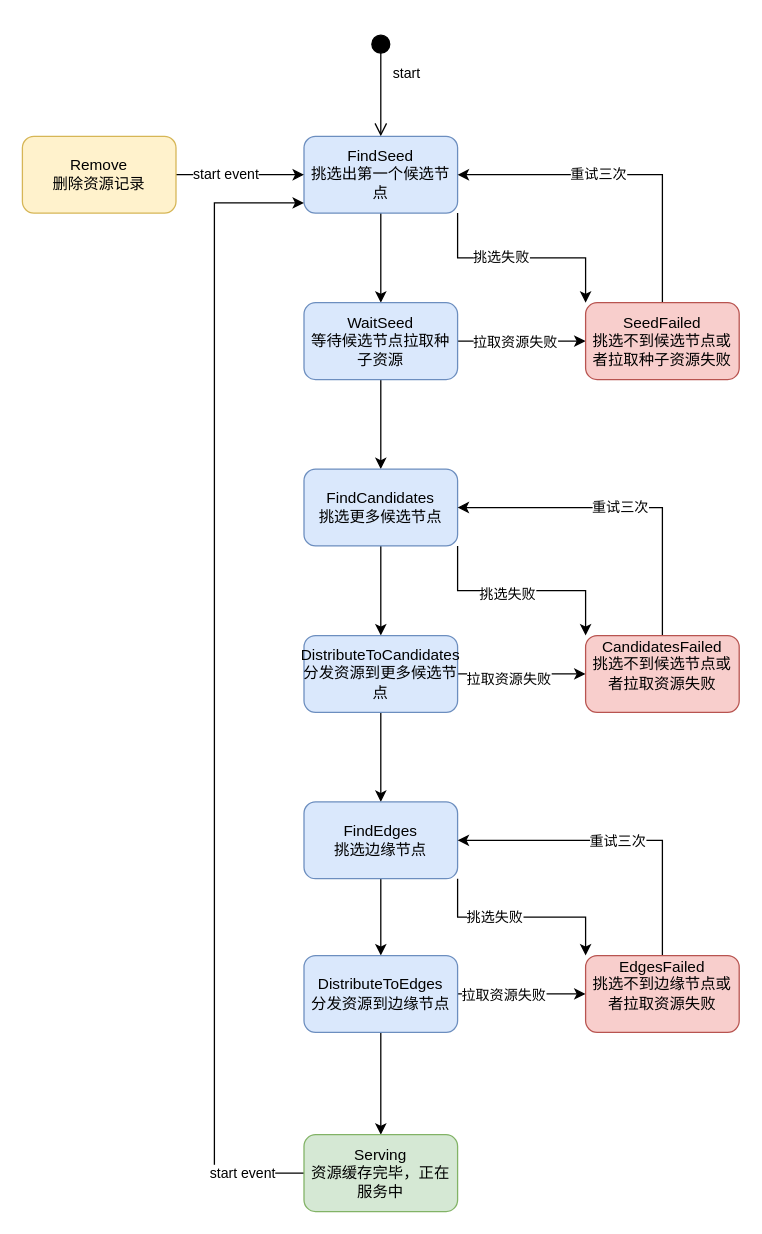
Before: cache/未命名绘图.drawio in LMF709268224/titan-drawings, a draw.io diagram. Source tidied: cells renumbered, new cells numbered last; positions are measured from the earlier drawing's top-left corner, leaving out a move shared by most shapes. Both pictures are drawn from the tidied source at 128%, with x=0, y=0 at pixel (22, 33).
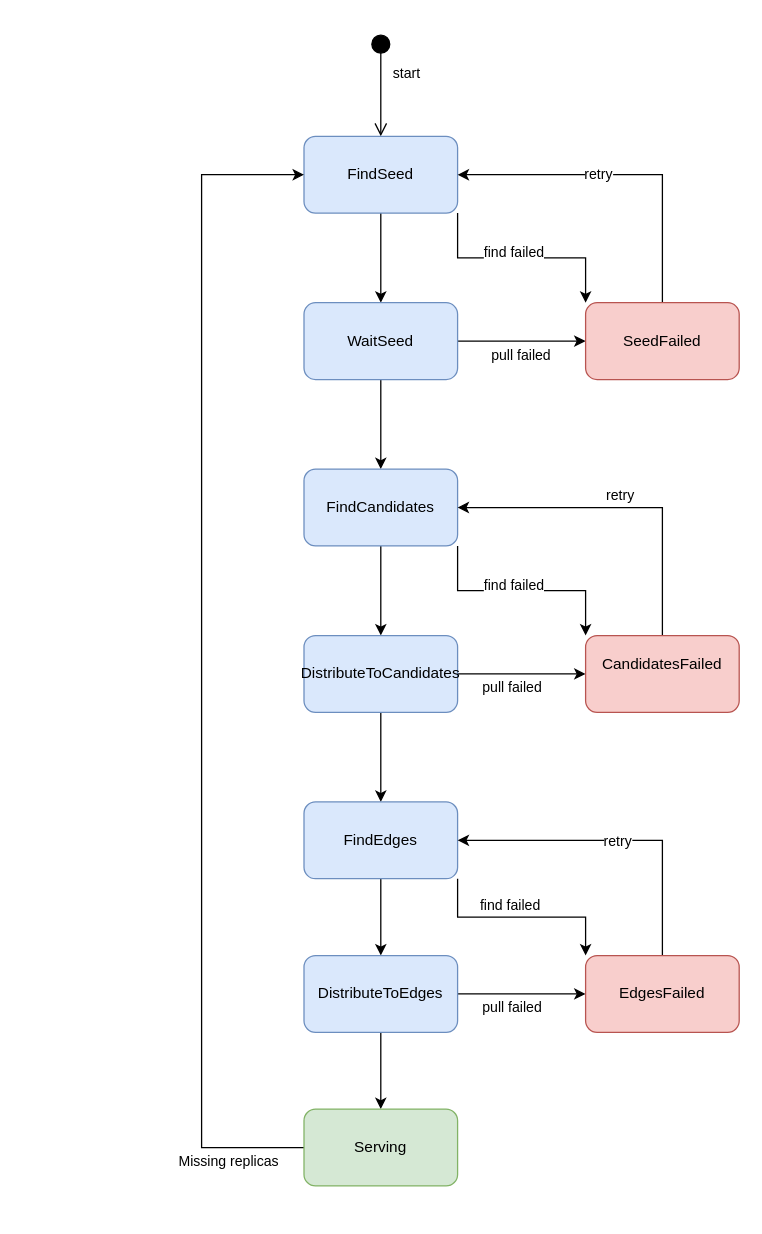
The same page after the edit.

Commit message (it also covers changes not shown here):
更新未命名绘图.drawio

Unchanged cells that the change refers to:
```xml
<mxCell id="4" style="edgeStyle=orthogonalEdgeStyle;rounded=0;jettySize=auto;html=1;exitX=1;exitY=1;exitDx=0;exitDy=0;entryX=0;entryY=0;entryDx=0;entryDy=0;" parent="1" edge="1" source="6" target="17">
  <mxGeometry relative="1" as="geometry" />
</mxCell>
<mxCell id="7" style="edgeStyle=orthogonalEdgeStyle;rounded=0;jettySize=auto;html=1;" parent="1" edge="1" source="10" target="17">
  <mxGeometry relative="1" as="geometry" />
</mxCell>
<mxCell id="12" style="edgeStyle=orthogonalEdgeStyle;rounded=0;jettySize=auto;html=1;exitX=1;exitY=1;exitDx=0;exitDy=0;entryX=0;entryY=0;entryDx=0;entryDy=0;" parent="1" edge="1" source="14" target="35">
  <mxGeometry relative="1" as="geometry" />
</mxCell>
<mxCell id="15" style="edgeStyle=orthogonalEdgeStyle;rounded=0;jettySize=auto;html=1;exitX=0.5;exitY=0;exitDx=0;exitDy=0;entryX=1;entryY=0.5;entryDx=0;entryDy=0;" parent="1" edge="1" source="17" target="6">
  <mxGeometry relative="1" as="geometry" />
</mxCell>
<mxCell id="19" style="edgeStyle=orthogonalEdgeStyle;rounded=0;jettySize=auto;html=1;exitX=1;exitY=0.5;exitDx=0;exitDy=0;entryX=0;entryY=0.5;entryDx=0;entryDy=0;" parent="1" edge="1" source="21" target="35">
  <mxGeometry relative="1" as="geometry" />
</mxCell>
<mxCell id="23" style="edgeStyle=orthogonalEdgeStyle;rounded=0;jettySize=auto;html=1;exitX=1;exitY=1;exitDx=0;exitDy=0;entryX=0;entryY=0;entryDx=0;entryDy=0;" parent="1" edge="1" source="25" target="32">
  <mxGeometry relative="1" as="geometry" />
</mxCell>
<mxCell id="27" style="edgeStyle=orthogonalEdgeStyle;rounded=0;jettySize=auto;html=1;" parent="1" edge="1" source="29" target="32">
  <mxGeometry relative="1" as="geometry" />
</mxCell>
<mxCell id="30" style="edgeStyle=orthogonalEdgeStyle;rounded=0;jettySize=auto;html=1;exitX=0.5;exitY=0;exitDx=0;exitDy=0;entryX=1;entryY=0.5;entryDx=0;entryDy=0;" parent="1" edge="1" source="32" target="25">
  <mxGeometry relative="1" as="geometry" />
</mxCell>
<mxCell id="33" style="edgeStyle=orthogonalEdgeStyle;rounded=0;jettySize=auto;html=1;exitX=0.5;exitY=0;exitDx=0;exitDy=0;entryX=1;entryY=0.5;entryDx=0;entryDy=0;" parent="1" edge="1" source="35" target="14">
  <mxGeometry relative="1" as="geometry" />
</mxCell>
```

Diff of the diagram source:
```diff
@@
-    <mxCell id="5" value="挑选失败" style="edgeLabel;html=1;align=center;verticalAlign=middle;" parent="4" vertex="1">
-      <mxGeometry x="-0.2" y="1" relative="1" as="geometry" />
+    <mxCell id="5" value="find failed" style="edgeLabel;html=1;align=center;verticalAlign=middle;" parent="4" vertex="1">
+      <mxGeometry x="-0.2" y="1" relative="1" as="geometry">
+        <mxPoint x="10" y="-4" as="offset" />
+      </mxGeometry>
     </mxCell>
-    <mxCell id="6" value="FindSeed&lt;br style=&quot;border-color: var(--border-color);&quot;&gt;挑选出第一个候选节点" style="rounded=1;whiteSpace=wrap;html=1;fillColor=#dae8fc;strokeColor=#6c8ebf;" parent="1" vertex="1">
+    <mxCell id="6" value="FindSeed&lt;br style=&quot;border-color: var(--border-color);&quot;&gt;" style="rounded=1;whiteSpace=wrap;html=1;fillColor=#dae8fc;strokeColor=#6c8ebf;" parent="1" vertex="1">
       <mxGeometry x="220" y="80" width="120" height="60" as="geometry" />
     </mxCell>
@@
-    <mxCell id="8" value="拉取资源失败" style="edgeLabel;html=1;align=center;verticalAlign=middle;" parent="7" vertex="1">
+    <mxCell id="8" value="pull failed&amp;nbsp;" style="edgeLabel;html=1;align=center;verticalAlign=middle;" parent="7" vertex="1">
       <mxGeometry x="-0.27" y="-1" relative="1" as="geometry">
-        <mxPoint x="7" y="-1" as="offset" />
+        <mxPoint x="13" y="9" as="offset" />
       </mxGeometry>
     </mxCell>
@@
-    <mxCell id="10" value="WaitSeed&lt;br style=&quot;border-color: var(--border-color);&quot;&gt;等待候选节点拉取种子资源" style="rounded=1;whiteSpace=wrap;html=1;fillColor=#dae8fc;strokeColor=#6c8ebf;" parent="1" vertex="1">
+    <mxCell id="10" value="WaitSeed&lt;br style=&quot;border-color: var(--border-color);&quot;&gt;" style="rounded=1;whiteSpace=wrap;html=1;fillColor=#dae8fc;strokeColor=#6c8ebf;" parent="1" vertex="1">
       <mxGeometry x="220" y="210" width="120" height="60" as="geometry" />
     </mxCell>
@@
-    <mxCell id="13" value="挑选失败" style="edgeLabel;html=1;align=center;verticalAlign=middle;" parent="12" vertex="1">
-      <mxGeometry x="-0.14" y="-2" relative="1" as="geometry" />
+    <mxCell id="13" value="find failed" style="edgeLabel;html=1;align=center;verticalAlign=middle;" parent="12" vertex="1">
+      <mxGeometry x="-0.14" y="-2" relative="1" as="geometry">
+        <mxPoint x="5" y="-7" as="offset" />
+      </mxGeometry>
     </mxCell>
-    <mxCell id="14" value="FindCandidates&lt;br style=&quot;border-color: var(--border-color);&quot;&gt;挑选更多候选节点" style="rounded=1;whiteSpace=wrap;html=1;fillColor=#dae8fc;strokeColor=#6c8ebf;" parent="1" vertex="1">
+    <mxCell id="14" value="FindCandidates&lt;br style=&quot;border-color: var(--border-color);&quot;&gt;" style="rounded=1;whiteSpace=wrap;html=1;fillColor=#dae8fc;strokeColor=#6c8ebf;" parent="1" vertex="1">
       <mxGeometry x="220" y="340" width="120" height="60" as="geometry" />
     </mxCell>
@@
-    <mxCell id="16" value="重试三次" style="edgeLabel;html=1;align=center;verticalAlign=middle;" parent="15" vertex="1">
+    <mxCell id="16" value="retry" style="edgeLabel;html=1;align=center;verticalAlign=middle;" parent="15" vertex="1">
       <mxGeometry x="0.16" y="-1" relative="1" as="geometry" />
     </mxCell>
-    <mxCell id="17" value="SeedFailed&lt;br style=&quot;border-color: var(--border-color);&quot;&gt;挑选不到候选节点或者拉取种子资源失败" style="rounded=1;whiteSpace=wrap;html=1;fillColor=#f8cecc;strokeColor=#b85450;" parent="1" vertex="1">
+    <mxCell id="17" value="SeedFailed&lt;br style=&quot;border-color: var(--border-color);&quot;&gt;" style="rounded=1;whiteSpace=wrap;html=1;fillColor=#f8cecc;strokeColor=#b85450;" parent="1" vertex="1">
       <mxGeometry x="440" y="210" width="120" height="60" as="geometry" />
     </mxCell>
@@
-    <mxCell id="20" value="拉取资源失败" style="edgeLabel;html=1;align=center;verticalAlign=middle;" parent="19" vertex="1">
-      <mxGeometry x="-0.22" y="-3" relative="1" as="geometry" />
+    <mxCell id="20" value="pull failed&amp;nbsp;" style="edgeLabel;html=1;align=center;verticalAlign=middle;" parent="19" vertex="1">
+      <mxGeometry x="-0.22" y="-3" relative="1" as="geometry">
+        <mxPoint x="4" y="7" as="offset" />
+      </mxGeometry>
     </mxCell>
-    <mxCell id="21" value="DistributeToCandidates&lt;br style=&quot;border-color: var(--border-color);&quot;&gt;分发资源到更多候选节点" style="rounded=1;whiteSpace=wrap;html=1;fillColor=#dae8fc;strokeColor=#6c8ebf;" parent="1" vertex="1">
+    <mxCell id="21" value="DistributeToCandidates&lt;br style=&quot;border-color: var(--border-color);&quot;&gt;" style="rounded=1;whiteSpace=wrap;html=1;fillColor=#dae8fc;strokeColor=#6c8ebf;" parent="1" vertex="1">
       <mxGeometry x="220" y="470" width="120" height="60" as="geometry" />
     </mxCell>
@@
-    <mxCell id="24" value="挑选失败" style="edgeLabel;html=1;align=center;verticalAlign=middle;" parent="23" vertex="1">
-      <mxGeometry x="-0.28" y="1" relative="1" as="geometry" />
+    <mxCell id="24" value="find failed" style="edgeLabel;html=1;align=center;verticalAlign=middle;" parent="23" vertex="1">
+      <mxGeometry x="-0.28" y="1" relative="1" as="geometry">
+        <mxPoint x="12" y="-9" as="offset" />
+      </mxGeometry>
     </mxCell>
-    <mxCell id="25" value="FindEdges&lt;br style=&quot;border-color: var(--border-color);&quot;&gt;挑选边缘节点" style="rounded=1;whiteSpace=wrap;html=1;fillColor=#dae8fc;strokeColor=#6c8ebf;" parent="1" vertex="1">
+    <mxCell id="25" value="FindEdges" style="rounded=1;whiteSpace=wrap;html=1;fillColor=#dae8fc;strokeColor=#6c8ebf;" parent="1" vertex="1">
       <mxGeometry x="220" y="600" width="120" height="60" as="geometry" />
     </mxCell>
@@
-    <mxCell id="28" value="拉取资源失败" style="edgeLabel;html=1;align=center;verticalAlign=middle;" parent="27" vertex="1">
-      <mxGeometry x="-0.3" relative="1" as="geometry" />
+    <mxCell id="28" value="pull failed&amp;nbsp;" style="edgeLabel;html=1;align=center;verticalAlign=middle;" parent="27" vertex="1">
+      <mxGeometry x="-0.3" relative="1" as="geometry">
+        <mxPoint x="8" y="10" as="offset" />
+      </mxGeometry>
     </mxCell>
-    <mxCell id="29" value="DistributeToEdges&lt;br style=&quot;border-color: var(--border-color);&quot;&gt;分发资源到边缘节点" style="rounded=1;whiteSpace=wrap;html=1;fillColor=#dae8fc;strokeColor=#6c8ebf;" parent="1" vertex="1">
+    <mxCell id="29" value="DistributeToEdges" style="rounded=1;whiteSpace=wrap;html=1;fillColor=#dae8fc;strokeColor=#6c8ebf;" parent="1" vertex="1">
       <mxGeometry x="220" y="720" width="120" height="60" as="geometry" />
     </mxCell>
@@
-    <mxCell id="31" value="重试三次" style="edgeLabel;html=1;align=center;verticalAlign=middle;" parent="30" vertex="1">
+    <mxCell id="31" value="retry" style="edgeLabel;html=1;align=center;verticalAlign=middle;" parent="30" vertex="1">
       <mxGeometry x="0.01" relative="1" as="geometry" />
     </mxCell>
-    <mxCell id="32" value="EdgesFailed&lt;br style=&quot;border-color: var(--border-color);&quot;&gt;&lt;div style=&quot;border-color: var(--border-color);&quot;&gt;挑选不到边缘节点或者拉取资源失败&lt;/div&gt;&lt;div style=&quot;border-color: var(--border-color);&quot;&gt;&lt;br style=&quot;border-color: var(--border-color);&quot;&gt;&lt;/div&gt;" style="rounded=1;whiteSpace=wrap;html=1;fillColor=#f8cecc;strokeColor=#b85450;" parent="1" vertex="1">
+    <mxCell id="32" value="EdgesFailed" style="rounded=1;whiteSpace=wrap;html=1;fillColor=#f8cecc;strokeColor=#b85450;" parent="1" vertex="1">
       <mxGeometry x="440" y="720" width="120" height="60" as="geometry" />
     </mxCell>
@@
-    <mxCell id="34" value="重试三次" style="edgeLabel;html=1;align=center;verticalAlign=middle;" parent="33" vertex="1">
-      <mxGeometry x="0.03" y="-1" relative="1" as="geometry" />
+    <mxCell id="34" value="retry" style="edgeLabel;html=1;align=center;verticalAlign=middle;" parent="33" vertex="1">
+      <mxGeometry x="0.03" y="-1" relative="1" as="geometry">
+        <mxPoint y="-9" as="offset" />
+      </mxGeometry>
     </mxCell>
-    <mxCell id="35" value="CandidatesFailed&lt;br style=&quot;border-color: var(--border-color);&quot;&gt;&lt;div style=&quot;border-color: var(--border-color);&quot;&gt;挑选不到候选节点或者拉取资源失败&lt;/div&gt;&lt;div style=&quot;border-color: var(--border-color);&quot;&gt;&lt;br style=&quot;border-color: var(--border-color);&quot;&gt;&lt;/div&gt;" style="rounded=1;whiteSpace=wrap;html=1;fillColor=#f8cecc;strokeColor=#b85450;" parent="1" vertex="1">
+    <mxCell id="35" value="CandidatesFailed&lt;br&gt;&lt;div style=&quot;border-color: var(--border-color);&quot;&gt;&lt;br style=&quot;border-color: var(--border-color);&quot;&gt;&lt;/div&gt;" style="rounded=1;whiteSpace=wrap;html=1;fillColor=#f8cecc;strokeColor=#b85450;" parent="1" vertex="1">
       <mxGeometry x="440" y="470" width="120" height="60" as="geometry" />
     </mxCell>
-    <mxCell id="36" style="edgeStyle=orthogonalEdgeStyle;rounded=0;jettySize=auto;html=1;exitX=0;exitY=0.5;exitDx=0;exitDy=0;entryX=0;entryY=0.867;entryDx=0;entryDy=0;entryPerimeter=0;" parent="1" edge="1" source="38" target="6">
+    <mxCell id="36" style="edgeStyle=orthogonalEdgeStyle;rounded=0;jettySize=auto;html=1;exitX=0;exitY=0.5;exitDx=0;exitDy=0;entryX=0;entryY=0.5;entryDx=0;entryDy=0;" parent="1" edge="1" source="38" target="6">
       <mxGeometry relative="1" as="geometry">
         <Array as="points">
-          <mxPoint x="150" y="890" />
-          <mxPoint x="150" y="132" />
+          <mxPoint x="140" y="870" />
+          <mxPoint x="140" y="110" />
         </Array>
       </mxGeometry>
     </mxCell>
-    <mxCell id="37" value="start event" style="edgeLabel;html=1;align=center;verticalAlign=middle;" parent="36" vertex="1">
-      <mxGeometry x="-0.89" y="-1" relative="1" as="geometry" />
+    <mxCell id="37" value="Missing replicas" style="edgeLabel;html=1;align=center;verticalAlign=middle;" parent="36" vertex="1">
+      <mxGeometry x="-0.89" y="-1" relative="1" as="geometry">
+        <mxPoint x="-9" y="11" as="offset" />
+      </mxGeometry>
     </mxCell>
-    <mxCell id="38" value="Serving&lt;br style=&quot;border-color: var(--border-color);&quot;&gt;资源缓存完毕，正在服务中" style="rounded=1;whiteSpace=wrap;html=1;fillColor=#d5e8d4;strokeColor=#82b366;" parent="1" vertex="1">
-      <mxGeometry x="220" y="860" width="120" height="60" as="geometry" />
+    <mxCell id="38" value="Serving" style="rounded=1;whiteSpace=wrap;html=1;fillColor=#d5e8d4;strokeColor=#82b366;" parent="1" vertex="1">
+      <mxGeometry x="220" y="840" width="120" height="60" as="geometry" />
     </mxCell>
-    <mxCell id="39" style="edgeStyle=orthogonalEdgeStyle;rounded=0;jettySize=auto;html=1;entryX=0;entryY=0.5;entryDx=0;entryDy=0;" parent="1" edge="1" source="41" target="6">
-      <mxGeometry relative="1" as="geometry" />
-    </mxCell>
-    <mxCell id="40" value="start event" style="edgeLabel;html=1;align=center;verticalAlign=middle;" parent="39" vertex="1">
-      <mxGeometry x="-0.24" y="1" relative="1" as="geometry" />
-    </mxCell>
-    <mxCell id="41" value="Remove&lt;br style=&quot;border-color: var(--border-color);&quot;&gt;删除资源记录" style="rounded=1;whiteSpace=wrap;html=1;fillColor=#fff2cc;strokeColor=#d6b656;" parent="1" vertex="1">
-      <mxGeometry y="80" width="120" height="60" as="geometry" />
-    </mxCell>
```
